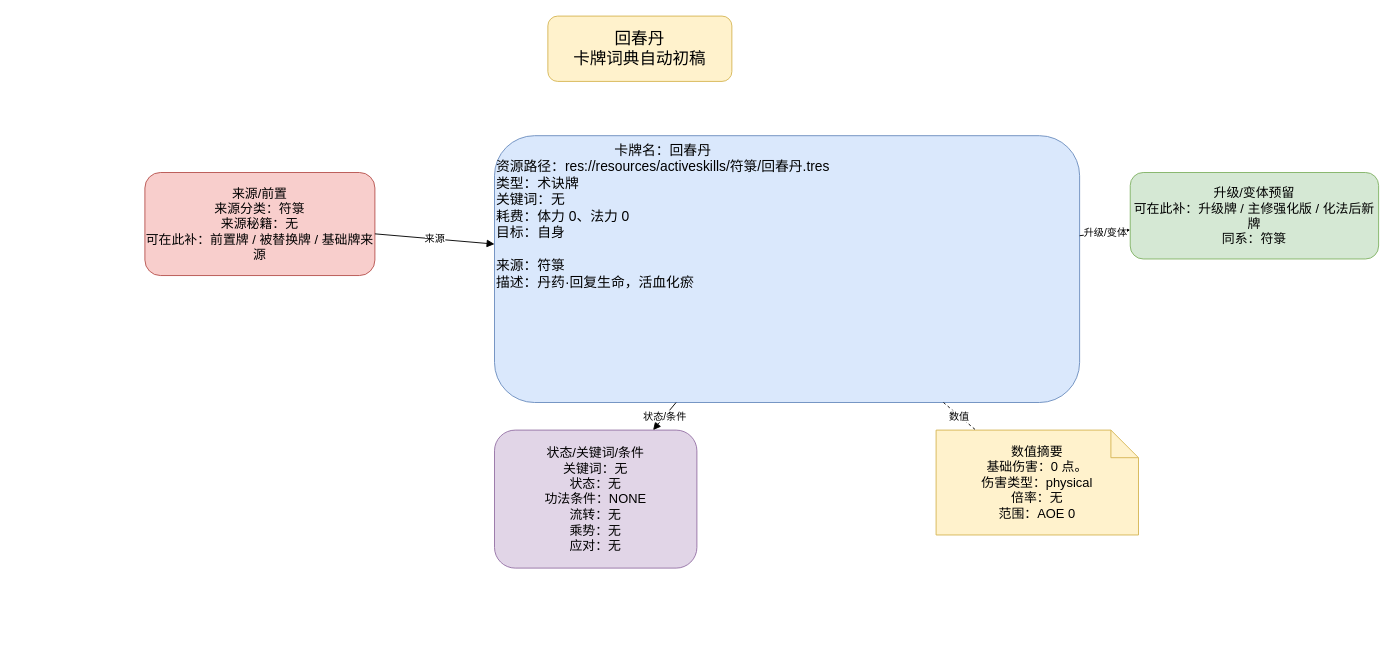
The draw.io diagram page "回春丹" (1 of 2) of docs/卡牌词典/符箓/回春丹.drawio in ankundanetracyc-spec/tian-guan-you-du, before the edit. Source tidied: cells renumbered, new cells numbered last; positions are measured from the earlier drawing's top-left corner, leaving out a move shared by most shapes. Both pictures are drawn from the tidied source at 92%, with x=0, y=0 at pixel (144, 16).
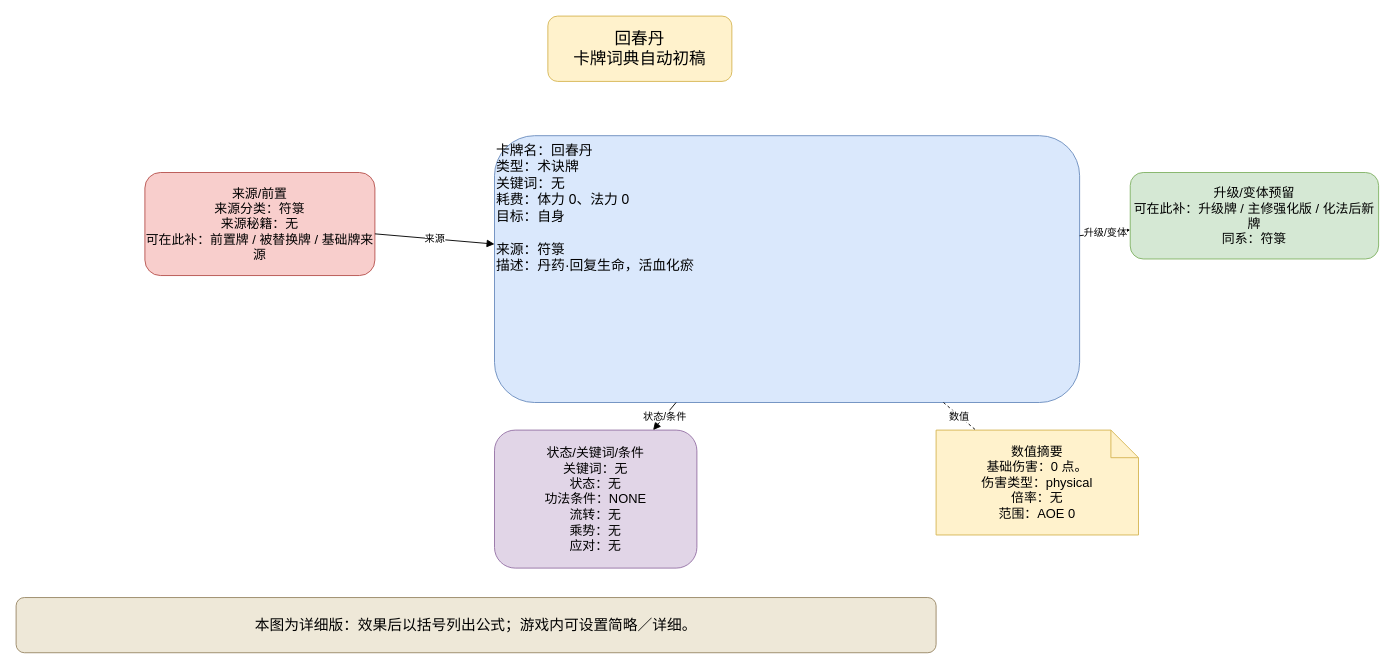
After the change.

The edit, as a diff of the source:
```diff
@@
 <mxGraphModel>
   <root>
     <mxCell id="0" />
     <mxCell id="1" parent="0" />
     <mxCell id="2" value="回春丹&#10;卡牌词典自动初稿" style="rounded=1;whiteSpace=wrap;html=1;fillColor=#fff2cc;strokeColor=#d6b656;fontSize=18;" parent="1" vertex="1">
       <mxGeometry x="438" width="200" height="71" as="geometry" />
     </mxCell>
-    <mxCell id="3" value="&lt;div style=&quot;text-align:center;&quot;&gt;卡牌名：回春丹&lt;/div&gt;&lt;div style=&quot;text-align:left;&quot;&gt;资源路径：res://resources/activeskills/符箓/回春丹.tres&lt;br&gt;类型：术诀牌&lt;br&gt;关键词：无&lt;br&gt;耗费：体力 0、法力 0&lt;br&gt;目标：自身&lt;/div&gt;&lt;br&gt;来源：符箓&lt;br&gt;描述：丹药·回复生命，活血化瘀" style="rounded=1;whiteSpace=wrap;html=1;fillColor=#dae8fc;strokeColor=#6c8ebf;fontSize=15;align=left;verticalAlign=top;" parent="1" vertex="1">
+    <mxCell id="3" value="卡牌名：回春丹&#10;类型：术诀牌&#10;关键词：无&#10;耗费：体力 0、法力 0&#10;目标：自身&#10;&#10;来源：符箓&#10;描述：丹药·回复生命，活血化瘀" style="rounded=1;whiteSpace=wrap;html=1;fillColor=#dae8fc;strokeColor=#6c8ebf;fontSize=15;align=left;verticalAlign=top;" parent="1" vertex="1">
       <mxGeometry x="380" y="130" width="636" height="290" as="geometry" />
     </mxCell>
     <mxCell id="4" value="来源/前置&#10;来源分类：符箓&#10;来源秘籍：无&#10;可在此补：前置牌 / 被替换牌 / 基础牌来源" style="rounded=1;whiteSpace=wrap;html=1;fillColor=#f8cecc;strokeColor=#b85450;fontSize=14;" parent="1" vertex="1">
       <mxGeometry y="170" width="250" height="112" as="geometry" />
     </mxCell>
     <mxCell id="5" value="升级/变体预留&#10;可在此补：升级牌 / 主修强化版 / 化法后新牌&#10;同系：符箓" style="rounded=1;whiteSpace=wrap;html=1;fillColor=#d5e8d4;strokeColor=#82b366;fontSize=14;" parent="1" vertex="1">
       <mxGeometry x="1071" y="170" width="270" height="94" as="geometry" />
     </mxCell>
     <mxCell id="6" value="状态/关键词/条件&#10;关键词：无&#10;状态：无&#10;功法条件：NONE&#10;流转：无&#10;乘势：无&#10;应对：无" style="rounded=1;whiteSpace=wrap;html=1;fillColor=#e1d5e7;strokeColor=#9673a6;fontSize=14;" parent="1" vertex="1">
       <mxGeometry x="380" y="450" width="220" height="150" as="geometry" />
     </mxCell>
     <mxCell id="7" value="数值摘要&lt;br&gt;基础伤害：0 点。&lt;br&gt;伤害类型：physical&lt;br&gt;倍率：无&lt;br&gt;范围：AOE 0" style="shape=note;whiteSpace=wrap;html=1;fillColor=#fff2cc;strokeColor=#d6b656;fontSize=14;" parent="1" vertex="1">
       <mxGeometry x="860" y="450" width="220" height="114" as="geometry" />
     </mxCell>
     <mxCell id="8" value="来源" style="endArrow=block;html=1;rounded=0;" parent="1" edge="1" source="4" target="3">
       <mxGeometry relative="1" as="geometry" />
     </mxCell>
     <mxCell id="9" value="升级/变体" style="endArrow=block;html=1;rounded=0;" parent="1" edge="1" source="3" target="5">
       <mxGeometry relative="1" as="geometry" />
     </mxCell>
     <mxCell id="10" value="状态/条件" style="endArrow=block;html=1;rounded=0;" parent="1" edge="1" source="3" target="6">
       <mxGeometry relative="1" as="geometry" />
     </mxCell>
     <mxCell id="11" value="数值" style="endArrow=none;dashed=1;html=1;" parent="1" edge="1" source="3" target="7">
       <mxGeometry relative="1" as="geometry" />
     </mxCell>
+    <mxCell id="12" value="本图为详细版：效果后以括号列出公式；游戏内可设置简略／详细。" style="rounded=1;whiteSpace=wrap;html=1;fillColor=#eee8d8;strokeColor=#9a8967;fontSize=16;" parent="1" vertex="1">
+      <mxGeometry x="-140" y="632" width="1000" height="60" as="geometry" />
+    </mxCell>
   </root>
 </mxGraphModel>
```
